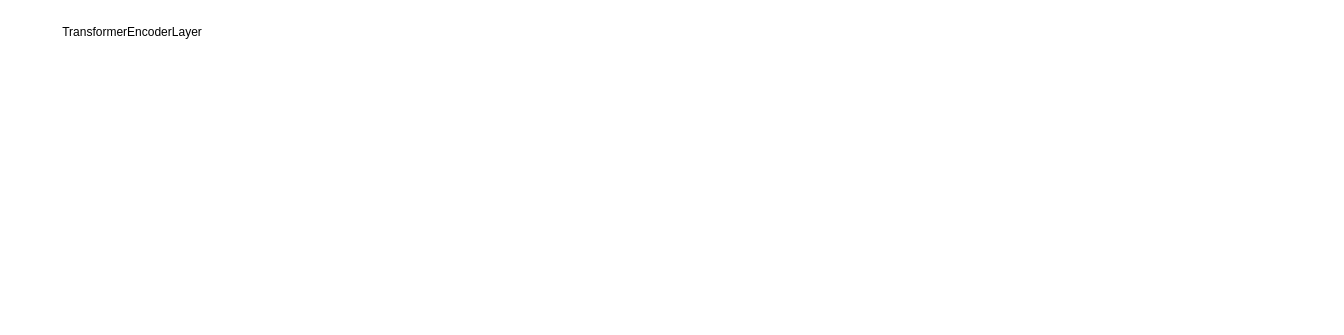
The draw.io diagram mppnet.drawio in wennieWN/UML, before the edit. Source tidied: cells renumbered, new cells numbered last; positions are measured from the earlier drawing's top-left corner, leaving out a move shared by most shapes. Both pictures are drawn from the tidied source at 100%, with x=0, y=0 at pixel (17, 17).
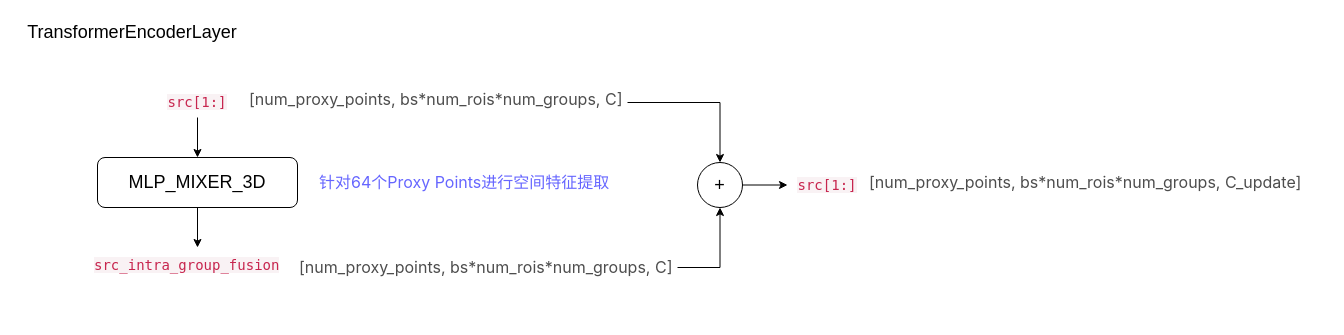
The same diagram, later.

The edit, as a diff of the source:
```diff
@@
 <mxGraphModel>
   <root>
     <mxCell id="0" />
     <mxCell id="1" parent="0" />
-    <mxCell id="2" value="TransformerEncoderLayer" style="text;html=1;strokeColor=none;fillColor=none;align=center;verticalAlign=middle;whiteSpace=wrap;rounded=0;" parent="1" vertex="1">
+    <mxCell id="2" value="&lt;font style=&quot;font-size: 18px;&quot;&gt;TransformerEncoderLayer&lt;/font&gt;" style="text;html=1;strokeColor=none;fillColor=none;align=center;verticalAlign=middle;whiteSpace=wrap;rounded=0;" parent="1" vertex="1">
       <mxGeometry width="230" height="30" as="geometry" />
     </mxCell>
+    <mxCell id="3" style="edgeStyle=orthogonalEdgeStyle;rounded=0;jettySize=auto;html=1;entryX=0.5;entryY=0;entryDx=0;entryDy=0;fontSize=18;" parent="1" edge="1" source="4" target="6">
+      <mxGeometry relative="1" as="geometry" />
+    </mxCell>
+    <mxCell id="4" value="&lt;span style=&quot;color: rgb(199, 37, 78); font-family: &amp;quot;Source Code Pro&amp;quot;, &amp;quot;DejaVu Sans Mono&amp;quot;, &amp;quot;Ubuntu Mono&amp;quot;, &amp;quot;Anonymous Pro&amp;quot;, &amp;quot;Droid Sans Mono&amp;quot;, Menlo, Monaco, Consolas, Inconsolata, Courier, monospace, &amp;quot;PingFang SC&amp;quot;, &amp;quot;Microsoft YaHei&amp;quot;, sans-serif; font-size: 14px; font-variant-ligatures: no-common-ligatures; text-align: start; background-color: rgb(249, 242, 244);&quot;&gt;src[1:]&lt;/span&gt;" style="text;html=1;strokeColor=none;fillColor=none;align=center;verticalAlign=middle;whiteSpace=wrap;rounded=0;" parent="1" vertex="1">
+      <mxGeometry x="115" y="70" width="130" height="30" as="geometry" />
+    </mxCell>
+    <mxCell id="5" style="edgeStyle=orthogonalEdgeStyle;rounded=0;jettySize=auto;html=1;fontSize=18;" parent="1" edge="1" source="6" target="9">
+      <mxGeometry relative="1" as="geometry" />
+    </mxCell>
+    <mxCell id="6" value="MLP_MIXER_3D" style="rounded=1;whiteSpace=wrap;html=1;fontSize=18;" parent="1" vertex="1">
+      <mxGeometry x="80" y="140" width="200" height="50" as="geometry" />
+    </mxCell>
+    <mxCell id="7" style="edgeStyle=orthogonalEdgeStyle;rounded=0;jettySize=auto;html=1;fontSize=18;" parent="1" edge="1" source="8" target="13">
+      <mxGeometry relative="1" as="geometry" />
+    </mxCell>
+    <mxCell id="8" value="&lt;span style=&quot;color: rgb(77, 77, 77); font-family: -apple-system, &amp;quot;SF UI Text&amp;quot;, Arial, &amp;quot;PingFang SC&amp;quot;, &amp;quot;Hiragino Sans GB&amp;quot;, &amp;quot;Microsoft YaHei&amp;quot;, &amp;quot;WenQuanYi Micro Hei&amp;quot;, sans-serif; font-size: 16px; font-style: normal; font-variant-ligatures: no-common-ligatures; font-variant-caps: normal; font-weight: 400; letter-spacing: normal; orphans: 2; text-align: start; text-indent: 0px; text-transform: none; widows: 2; word-spacing: 0px; -webkit-text-stroke-width: 0px; background-color: rgb(255, 255, 255); text-decoration-thickness: initial; text-decoration-style: initial; text-decoration-color: initial; float: none; display: inline !important;&quot;&gt;[num_proxy_points, bs*num_rois*num_groups, C]&lt;/span&gt;" style="text;whiteSpace=wrap;html=1;fontSize=18;" parent="1" vertex="1">
+      <mxGeometry x="230" y="65" width="380" height="40" as="geometry" />
+    </mxCell>
+    <mxCell id="9" value="&lt;span style=&quot;color: rgb(199, 37, 78); font-family: &amp;quot;Source Code Pro&amp;quot;, &amp;quot;DejaVu Sans Mono&amp;quot;, &amp;quot;Ubuntu Mono&amp;quot;, &amp;quot;Anonymous Pro&amp;quot;, &amp;quot;Droid Sans Mono&amp;quot;, Menlo, Monaco, Consolas, Inconsolata, Courier, monospace, &amp;quot;PingFang SC&amp;quot;, &amp;quot;Microsoft YaHei&amp;quot;, sans-serif; font-size: 14px; font-style: normal; font-variant-ligatures: no-common-ligatures; font-variant-caps: normal; font-weight: 400; letter-spacing: normal; orphans: 2; text-align: start; text-indent: 0px; text-transform: none; widows: 2; word-spacing: 0px; -webkit-text-stroke-width: 0px; background-color: rgb(249, 242, 244); text-decoration-thickness: initial; text-decoration-style: initial; text-decoration-color: initial; float: none; display: inline !important;&quot;&gt;src_intra_group_fusion&lt;/span&gt;" style="text;whiteSpace=wrap;html=1;fontSize=18;" parent="1" vertex="1">
+      <mxGeometry x="75" y="230" width="210" height="40" as="geometry" />
+    </mxCell>
+    <mxCell id="10" style="edgeStyle=orthogonalEdgeStyle;rounded=0;jettySize=auto;html=1;entryX=0.5;entryY=1;entryDx=0;entryDy=0;fontSize=18;" parent="1" edge="1" source="11" target="13">
+      <mxGeometry relative="1" as="geometry" />
+    </mxCell>
+    <mxCell id="11" value="&lt;p style=&quot;box-sizing: border-box; outline: 0px; margin: 0px 0px 16px; padding: 0px; font-weight: 400; font-size: 16px; color: rgb(77, 77, 77); line-height: 26px; overflow: auto hidden; overflow-wrap: break-word; font-family: -apple-system, &amp;quot;SF UI Text&amp;quot;, Arial, &amp;quot;PingFang SC&amp;quot;, &amp;quot;Hiragino Sans GB&amp;quot;, &amp;quot;Microsoft YaHei&amp;quot;, &amp;quot;WenQuanYi Micro Hei&amp;quot;, sans-serif; font-style: normal; font-variant-ligatures: no-common-ligatures; font-variant-caps: normal; letter-spacing: normal; orphans: 2; text-align: start; text-indent: 0px; text-transform: none; widows: 2; word-spacing: 0px; -webkit-text-stroke-width: 0px; background-color: rgb(255, 255, 255); text-decoration-thickness: initial; text-decoration-style: initial; text-decoration-color: initial;&quot;&gt;[num_proxy_points, bs*num_rois*num_groups, C]&lt;/p&gt;&lt;br class=&quot;Apple-interchange-newline&quot;&gt;" style="text;whiteSpace=wrap;html=1;fontSize=18;" parent="1" vertex="1">
+      <mxGeometry x="280" y="230" width="380" height="40" as="geometry" />
+    </mxCell>
+    <mxCell id="12" style="edgeStyle=orthogonalEdgeStyle;rounded=0;jettySize=auto;html=1;entryX=0;entryY=0.5;entryDx=0;entryDy=0;fontSize=18;" parent="1" edge="1" source="13" target="14">
+      <mxGeometry relative="1" as="geometry" />
+    </mxCell>
+    <mxCell id="13" value="+" style="ellipse;whiteSpace=wrap;html=1;fontSize=18;" parent="1" vertex="1">
+      <mxGeometry x="680" y="145" width="45" height="45" as="geometry" />
+    </mxCell>
+    <mxCell id="14" value="&lt;span style=&quot;color: rgb(199, 37, 78); font-family: &amp;quot;Source Code Pro&amp;quot;, &amp;quot;DejaVu Sans Mono&amp;quot;, &amp;quot;Ubuntu Mono&amp;quot;, &amp;quot;Anonymous Pro&amp;quot;, &amp;quot;Droid Sans Mono&amp;quot;, Menlo, Monaco, Consolas, Inconsolata, Courier, monospace, &amp;quot;PingFang SC&amp;quot;, &amp;quot;Microsoft YaHei&amp;quot;, sans-serif; font-size: 14px; font-variant-ligatures: no-common-ligatures; text-align: start; background-color: rgb(249, 242, 244);&quot;&gt;src[1:]&lt;/span&gt;" style="text;html=1;strokeColor=none;fillColor=none;align=center;verticalAlign=middle;whiteSpace=wrap;rounded=0;" parent="1" vertex="1">
+      <mxGeometry x="770" y="152.5" width="80" height="30" as="geometry" />
+    </mxCell>
+    <mxCell id="15" value="&lt;span style=&quot;color: rgb(77, 77, 77); font-family: -apple-system, &amp;quot;SF UI Text&amp;quot;, Arial, &amp;quot;PingFang SC&amp;quot;, &amp;quot;Hiragino Sans GB&amp;quot;, &amp;quot;Microsoft YaHei&amp;quot;, &amp;quot;WenQuanYi Micro Hei&amp;quot;, sans-serif; font-size: 16px; font-style: normal; font-variant-ligatures: no-common-ligatures; font-variant-caps: normal; font-weight: 400; letter-spacing: normal; orphans: 2; text-align: start; text-indent: 0px; text-transform: none; widows: 2; word-spacing: 0px; -webkit-text-stroke-width: 0px; background-color: rgb(255, 255, 255); text-decoration-thickness: initial; text-decoration-style: initial; text-decoration-color: initial; float: none; display: inline !important;&quot;&gt;[num_proxy_points, bs*num_rois*num_groups, C_update]&lt;/span&gt;" style="text;whiteSpace=wrap;html=1;fontSize=18;" parent="1" vertex="1">
+      <mxGeometry x="850" y="147.5" width="460" height="40" as="geometry" />
+    </mxCell>
+    <mxCell id="16" value="&lt;span style=&quot;font-family: -apple-system, &amp;quot;SF UI Text&amp;quot;, Arial, &amp;quot;PingFang SC&amp;quot;, &amp;quot;Hiragino Sans GB&amp;quot;, &amp;quot;Microsoft YaHei&amp;quot;, &amp;quot;WenQuanYi Micro Hei&amp;quot;, sans-serif; font-size: 16px; font-style: normal; font-variant-ligatures: no-common-ligatures; font-variant-caps: normal; font-weight: 400; letter-spacing: normal; orphans: 2; text-align: start; text-indent: 0px; text-transform: none; widows: 2; word-spacing: 0px; -webkit-text-stroke-width: 0px; background-color: rgb(255, 255, 255); text-decoration-thickness: initial; text-decoration-style: initial; text-decoration-color: initial; float: none; display: inline !important;&quot;&gt;&lt;font color=&quot;#6666ff&quot;&gt;针对64个Proxy Points进行空间特征提取&lt;/font&gt;&lt;/span&gt;" style="text;whiteSpace=wrap;html=1;fontSize=18;" parent="1" vertex="1">
+      <mxGeometry x="300" y="147.5" width="310" height="40" as="geometry" />
+    </mxCell>
   </root>
 </mxGraphModel>
```
